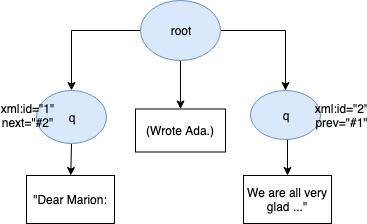
The draw.io diagram img/discont1-xml.png in bleekere/jTEI2020, before a commit. Source tidied: cells renumbered, new cells last; positions are measured from the earlier drawing's top-left corner, leaving out a move shared by most shapes. The source it was exported from:
```xml
<mxGraphModel>
  <root>
    <mxCell id="0" />
    <mxCell id="1" parent="0" />
    <mxCell id="2" style="edgeStyle=orthogonalEdgeStyle;rounded=0;jettySize=auto;html=1;" parent="1" edge="1" source="5" target="9">
      <mxGeometry relative="1" as="geometry" />
    </mxCell>
    <mxCell id="3" style="edgeStyle=orthogonalEdgeStyle;rounded=0;jettySize=auto;html=1;exitX=0.5;exitY=1;exitDx=0;exitDy=0;" parent="1" edge="1" source="5" target="11">
      <mxGeometry relative="1" as="geometry" />
    </mxCell>
    <mxCell id="4" style="edgeStyle=orthogonalEdgeStyle;rounded=0;jettySize=auto;html=1;" parent="1" edge="1" source="5" target="7">
      <mxGeometry relative="1" as="geometry" />
    </mxCell>
    <mxCell id="5" value="root" style="ellipse;whiteSpace=wrap;html=1;fillColor=#dae8fc;strokeColor=#6c8ebf;" parent="1" vertex="1">
      <mxGeometry x="134" width="80" height="60" as="geometry" />
    </mxCell>
    <mxCell id="6" style="edgeStyle=orthogonalEdgeStyle;rounded=0;jettySize=auto;html=1;entryX=0.5;entryY=0;entryDx=0;entryDy=0;exitX=0.5;exitY=1;exitDx=0;exitDy=0;" parent="1" edge="1" source="7" target="12">
      <mxGeometry relative="1" as="geometry" />
    </mxCell>
    <mxCell id="7" value="q" style="ellipse;whiteSpace=wrap;html=1;fillColor=#dae8fc;strokeColor=#6c8ebf;" parent="1" vertex="1">
      <mxGeometry x="244" y="90" width="70" height="49" as="geometry" />
    </mxCell>
    <mxCell id="8" style="edgeStyle=none;rounded=0;jettySize=auto;html=1;" parent="1" edge="1" source="9" target="10">
      <mxGeometry relative="1" as="geometry" />
    </mxCell>
    <mxCell id="9" value="q" style="ellipse;whiteSpace=wrap;html=1;fillColor=#dae8fc;strokeColor=#6c8ebf;" parent="1" vertex="1">
      <mxGeometry x="30" y="90" width="70" height="53" as="geometry" />
    </mxCell>
    <mxCell id="10" value="&quot;Dear Marion:" style="rounded=0;whiteSpace=wrap;html=1;" parent="1" vertex="1">
      <mxGeometry x="20" y="175" width="88" height="48" as="geometry" />
    </mxCell>
    <mxCell id="11" value="(Wrote Ada.)" style="rounded=0;whiteSpace=wrap;html=1;" parent="1" vertex="1">
      <mxGeometry x="129" y="108.5" width="90" height="43" as="geometry" />
    </mxCell>
    <mxCell id="12" value="We are all very glad ...&quot;" style="rounded=0;whiteSpace=wrap;html=1;" parent="1" vertex="1">
      <mxGeometry x="237" y="175" width="88" height="48" as="geometry" />
    </mxCell>
    <mxCell id="13" value="xml:id=&quot;1&quot;&lt;br&gt;next=&quot;#2&quot;" style="text;html=1;strokeColor=none;fillColor=none;align=center;verticalAlign=middle;whiteSpace=wrap;rounded=0;" parent="1" vertex="1">
      <mxGeometry y="104.5" width="40" height="20" as="geometry" />
    </mxCell>
    <mxCell id="14" value="xml:id=&quot;2&quot;&lt;br&gt;prev=&quot;#1&quot;" style="text;html=1;strokeColor=none;fillColor=none;align=center;verticalAlign=middle;whiteSpace=wrap;rounded=0;" parent="1" vertex="1">
      <mxGeometry x="314" y="104.5" width="40" height="20" as="geometry" />
    </mxCell>
  </root>
</mxGraphModel>
```
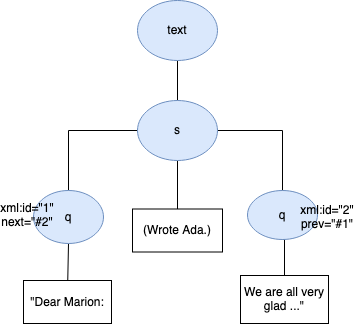
The same diagram one commit later.

Diff of the diagram source:
```diff
@@ -2,32 +2,35 @@
   <root>
     <mxCell id="0" />
     <mxCell id="1" parent="0" />
-    <mxCell id="2" style="edgeStyle=orthogonalEdgeStyle;rounded=0;jettySize=auto;html=1;" parent="1" edge="1" source="5" target="9">
+    <mxCell id="2" style="edgeStyle=orthogonalEdgeStyle;rounded=0;jettySize=auto;html=1;endArrow=none;endFill=0;" parent="1" edge="1" source="5" target="9">
       <mxGeometry relative="1" as="geometry" />
     </mxCell>
-    <mxCell id="3" style="edgeStyle=orthogonalEdgeStyle;rounded=0;jettySize=auto;html=1;exitX=0.5;exitY=1;exitDx=0;exitDy=0;" parent="1" edge="1" source="5" target="11">
+    <mxCell id="3" style="edgeStyle=orthogonalEdgeStyle;rounded=0;jettySize=auto;html=1;exitX=0.5;exitY=1;exitDx=0;exitDy=0;endArrow=none;endFill=0;" parent="1" edge="1" source="5" target="11">
       <mxGeometry relative="1" as="geometry" />
     </mxCell>
-    <mxCell id="4" style="edgeStyle=orthogonalEdgeStyle;rounded=0;jettySize=auto;html=1;" parent="1" edge="1" source="5" target="7">
+    <mxCell id="4" style="edgeStyle=orthogonalEdgeStyle;rounded=0;jettySize=auto;html=1;endArrow=none;endFill=0;" parent="1" edge="1" source="5" target="7">
       <mxGeometry relative="1" as="geometry" />
     </mxCell>
+    <mxCell id="15" style="edgeStyle=orthogonalEdgeStyle;rounded=0;jettySize=auto;html=1;startArrow=none;startFill=0;endArrow=none;endFill=0;" parent="1" edge="1" source="5" target="16">
+      <mxGeometry relative="1" as="geometry" />
+    </mxCell>
-    <mxCell id="5" value="root" style="ellipse;whiteSpace=wrap;html=1;fillColor=#dae8fc;strokeColor=#6c8ebf;" parent="1" vertex="1">
+    <mxCell id="5" value="s" style="ellipse;whiteSpace=wrap;html=1;fillColor=#dae8fc;strokeColor=#6c8ebf;" parent="1" vertex="1">
       <mxGeometry x="134" width="80" height="60" as="geometry" />
     </mxCell>
-    <mxCell id="6" style="edgeStyle=orthogonalEdgeStyle;rounded=0;jettySize=auto;html=1;entryX=0.5;entryY=0;entryDx=0;entryDy=0;exitX=0.5;exitY=1;exitDx=0;exitDy=0;" parent="1" edge="1" source="7" target="12">
+    <mxCell id="6" style="edgeStyle=orthogonalEdgeStyle;rounded=0;jettySize=auto;html=1;entryX=0.5;entryY=0;entryDx=0;entryDy=0;exitX=0.5;exitY=1;exitDx=0;exitDy=0;endArrow=none;endFill=0;" parent="1" edge="1" source="7" target="12">
       <mxGeometry relative="1" as="geometry" />
     </mxCell>
     <mxCell id="7" value="q" style="ellipse;whiteSpace=wrap;html=1;fillColor=#dae8fc;strokeColor=#6c8ebf;" parent="1" vertex="1">
       <mxGeometry x="244" y="90" width="70" height="49" as="geometry" />
     </mxCell>
-    <mxCell id="8" style="edgeStyle=none;rounded=0;jettySize=auto;html=1;" parent="1" edge="1" source="9" target="10">
+    <mxCell id="8" style="edgeStyle=none;rounded=0;jettySize=auto;html=1;endArrow=none;endFill=0;" parent="1" edge="1" source="9" target="10">
       <mxGeometry relative="1" as="geometry" />
     </mxCell>
     <mxCell id="9" value="q" style="ellipse;whiteSpace=wrap;html=1;fillColor=#dae8fc;strokeColor=#6c8ebf;" parent="1" vertex="1">
       <mxGeometry x="30" y="90" width="70" height="53" as="geometry" />
     </mxCell>
     <mxCell id="10" value="&quot;Dear Marion:" style="rounded=0;whiteSpace=wrap;html=1;" parent="1" vertex="1">
-      <mxGeometry x="20" y="175" width="88" height="48" as="geometry" />
+      <mxGeometry x="20" y="180" width="88" height="43" as="geometry" />
     </mxCell>
     <mxCell id="11" value="(Wrote Ada.)" style="rounded=0;whiteSpace=wrap;html=1;" parent="1" vertex="1">
       <mxGeometry x="129" y="108.5" width="90" height="43" as="geometry" />
@@ -36,10 +39,13 @@
       <mxGeometry x="237" y="175" width="88" height="48" as="geometry" />
     </mxCell>
     <mxCell id="13" value="xml:id=&quot;1&quot;&lt;br&gt;next=&quot;#2&quot;" style="text;html=1;strokeColor=none;fillColor=none;align=center;verticalAlign=middle;whiteSpace=wrap;rounded=0;" parent="1" vertex="1">
-      <mxGeometry y="104.5" width="40" height="20" as="geometry" />
+      <mxGeometry x="4" y="104.5" width="40" height="20" as="geometry" />
     </mxCell>
     <mxCell id="14" value="xml:id=&quot;2&quot;&lt;br&gt;prev=&quot;#1&quot;" style="text;html=1;strokeColor=none;fillColor=none;align=center;verticalAlign=middle;whiteSpace=wrap;rounded=0;" parent="1" vertex="1">
-      <mxGeometry x="314" y="104.5" width="40" height="20" as="geometry" />
+      <mxGeometry x="304" y="106.5" width="40" height="20" as="geometry" />
     </mxCell>
+    <mxCell id="16" value="text" style="ellipse;whiteSpace=wrap;html=1;fillColor=#dae8fc;strokeColor=#6c8ebf;" parent="1" vertex="1">
+      <mxGeometry x="134" y="-100" width="80" height="60" as="geometry" />
+    </mxCell>
   </root>
 </mxGraphModel>
```
